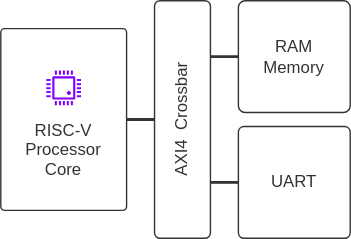
The draw.io diagram docs/source/images/rvsteel-soc.drawio.svg in riscv-steel/riscv-steel, before a commit. Source tidied: cells renumbered, new cells last; positions are measured from the earlier drawing's top-left corner, leaving out a move shared by most shapes.
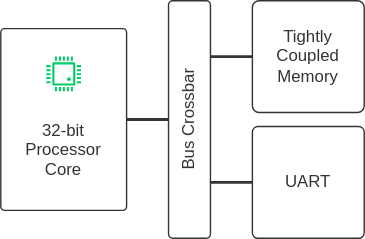
Above is the later version.

What changed in the source:
```diff
@@ -2,32 +2,31 @@
   <root>
     <mxCell id="0" />
     <mxCell id="1" parent="0" />
-    <mxCell id="2" style="edgeStyle=orthogonalEdgeStyle;rounded=0;jettySize=auto;html=1;entryX=0;entryY=0.5;entryDx=0;entryDy=0;strokeWidth=2;startArrow=none;startFill=0;endArrow=none;endFill=0;fontFamily=Helvetica;fontStyle=0;strokeColor=#333333;" parent="1" edge="1" source="3" target="5">
-      <mxGeometry relative="1" as="geometry" />
-    </mxCell>
-    <mxCell id="3" value="&lt;br style=&quot;font-size: 12px;&quot;&gt;&lt;br style=&quot;font-size: 12px;&quot;&gt;&lt;br style=&quot;font-size: 12px;&quot;&gt;RISC-V&lt;br style=&quot;font-size: 12px;&quot;&gt;Processor&lt;br&gt;Core" style="rounded=1;whiteSpace=wrap;html=1;strokeWidth=1;arcSize=3;fontStyle=0;fontSize=12;fontFamily=Helvetica;fillColor=#FFFFFF;strokeColor=#333333;fontColor=#333333;" parent="1" vertex="1">
-      <mxGeometry y="20" width="90" height="130" as="geometry" />
-    </mxCell>
-    <mxCell id="4" style="shadow=0;dashed=0;html=1;strokeColor=none;fillColor=#7F00FF;labelPosition=center;verticalLabelPosition=bottom;verticalAlign=top;align=center;shape=mxgraph.veeam.cpu;fontFamily=Helvetica;fontStyle=0;fontColor=#4D4D4D;strokeWidth=1;" parent="1" vertex="1">
-      <mxGeometry x="32.6" y="50" width="24.8" height="24.8" as="geometry" />
-    </mxCell>
-    <mxCell id="5" value="AXI4&amp;nbsp; Crossbar" style="rounded=1;whiteSpace=wrap;html=1;strokeWidth=1;arcSize=10;fontStyle=0;fontSize=12;fontFamily=Helvetica;horizontal=0;strokeColor=#333333;fillColor=default;fontColor=#333333;" parent="1" vertex="1">
-      <mxGeometry x="110" width="40" height="170" as="geometry" />
-    </mxCell>
-    <mxCell id="6" style="edgeStyle=orthogonalEdgeStyle;rounded=0;jettySize=auto;html=1;entryX=1;entryY=0.235;entryDx=0;entryDy=0;entryPerimeter=0;endArrow=none;endFill=0;strokeWidth=2;fontFamily=Helvetica;fontStyle=0;strokeColor=#333333;" parent="1" edge="1" source="7" target="5">
-      <mxGeometry relative="1" as="geometry" />
-    </mxCell>
-    <mxCell id="7" value="RAM&lt;br&gt;Memory" style="rounded=1;whiteSpace=wrap;html=1;strokeWidth=1;arcSize=6;fontStyle=0;fontSize=12;fontFamily=Helvetica;strokeColor=#333333;fillColor=default;fontColor=#333333;" parent="1" vertex="1">
-      <mxGeometry x="170" width="80" height="80" as="geometry" />
-    </mxCell>
+    <mxCell id="10" style="edgeStyle=orthogonalEdgeStyle;rounded=0;jettySize=auto;html=1;entryX=0;entryY=0.5;entryDx=0;entryDy=0;strokeWidth=2;startArrow=none;startFill=0;endArrow=none;endFill=0;fontFamily=Helvetica;fontStyle=0;strokeColor=#333333;fontSize=12;" parent="1" edge="1" source="11" target="13">
+      <mxGeometry relative="1" as="geometry" />
+    </mxCell>
+    <mxCell id="11" value="&lt;br style=&quot;font-size: 12px;&quot;&gt;&lt;br style=&quot;font-size: 12px;&quot;&gt;&lt;br style=&quot;font-size: 12px;&quot;&gt;32-bit&lt;br style=&quot;font-size: 12px;&quot;&gt;Processor&lt;br style=&quot;font-size: 12px;&quot;&gt;Core" style="rounded=1;whiteSpace=wrap;html=1;strokeWidth=1;arcSize=3;fontStyle=0;fontSize=12;fontFamily=Helvetica;fillColor=#FFFFFF;strokeColor=#333333;fontColor=#333333;spacing=2;" parent="1" vertex="1">
+      <mxGeometry x="-10" y="20" width="90" height="130" as="geometry" />
+    </mxCell>
+    <mxCell id="12" style="shadow=0;dashed=0;html=1;strokeColor=none;fillColor=#00CC66;labelPosition=center;verticalLabelPosition=bottom;verticalAlign=top;align=center;shape=mxgraph.veeam.cpu;fontFamily=Helvetica;fontStyle=0;fontColor=#4D4D4D;strokeWidth=1;fontSize=12;" parent="1" vertex="1">
+      <mxGeometry x="22.6" y="40" width="24.8" height="24.8" as="geometry" />
+    </mxCell>
+    <mxCell id="13" value="Bus Crossbar" style="rounded=1;whiteSpace=wrap;html=1;strokeWidth=1;arcSize=10;fontStyle=0;fontSize=12;fontFamily=Helvetica;horizontal=0;strokeColor=#333333;fillColor=default;fontColor=#333333;" parent="1" vertex="1">
+      <mxGeometry x="110" width="30" height="170" as="geometry" />
+    </mxCell>
+    <mxCell id="14" style="edgeStyle=orthogonalEdgeStyle;rounded=0;jettySize=auto;html=1;entryX=1;entryY=0.235;entryDx=0;entryDy=0;entryPerimeter=0;endArrow=none;endFill=0;strokeWidth=2;fontFamily=Helvetica;fontStyle=0;strokeColor=#333333;fontSize=12;" parent="1" edge="1" source="15" target="13">
+      <mxGeometry relative="1" as="geometry" />
+    </mxCell>
+    <mxCell id="15" value="Tightly Coupled&lt;br style=&quot;font-size: 12px;&quot;&gt;Memory" style="rounded=1;whiteSpace=wrap;html=1;strokeWidth=1;arcSize=6;fontStyle=0;fontSize=12;fontFamily=Helvetica;strokeColor=#333333;fillColor=default;fontColor=#333333;" parent="1" vertex="1">
+      <mxGeometry x="170" width="80" height="80" as="geometry" />
+    </mxCell>
     <mxCell id="8" value="UART" style="rounded=1;whiteSpace=wrap;html=1;strokeWidth=1;arcSize=5;fontStyle=0;fontSize=12;fontFamily=Helvetica;strokeColor=#333333;fillColor=default;fontColor=#333333;" parent="1" vertex="1">
       <mxGeometry x="170" y="90" width="80" height="80" as="geometry" />
     </mxCell>
-    <mxCell id="9" style="edgeStyle=orthogonalEdgeStyle;rounded=0;orthogonalLoop=1;jettySize=auto;html=1;entryX=1;entryY=0.235;entryDx=0;entryDy=0;entryPerimeter=0;endArrow=none;endFill=0;strokeWidth=2;fontFamily=Helvetica;fontStyle=0;strokeColor=#333333;" parent="1" edge="1">
-      <mxGeometry relative="1" as="geometry">
-        <mxPoint x="170" y="130" as="sourcePoint" />
-        <mxPoint x="150" y="130" as="targetPoint" />
-      </mxGeometry>
-    </mxCell>
+    <mxCell id="16" style="edgeStyle=orthogonalEdgeStyle;rounded=0;jettySize=auto;html=1;entryX=1;entryY=0.235;entryDx=0;entryDy=0;entryPerimeter=0;endArrow=none;endFill=0;strokeWidth=2;fontFamily=Helvetica;fontStyle=0;strokeColor=#333333;fontSize=12;exitX=0;exitY=0.5;exitDx=0;exitDy=0;" parent="1" edge="1" source="8">
+      <mxGeometry relative="1" as="geometry">
+        <mxPoint x="140" y="130" as="targetPoint" />
+      </mxGeometry>
+    </mxCell>
   </root>
 </mxGraphModel>
```
